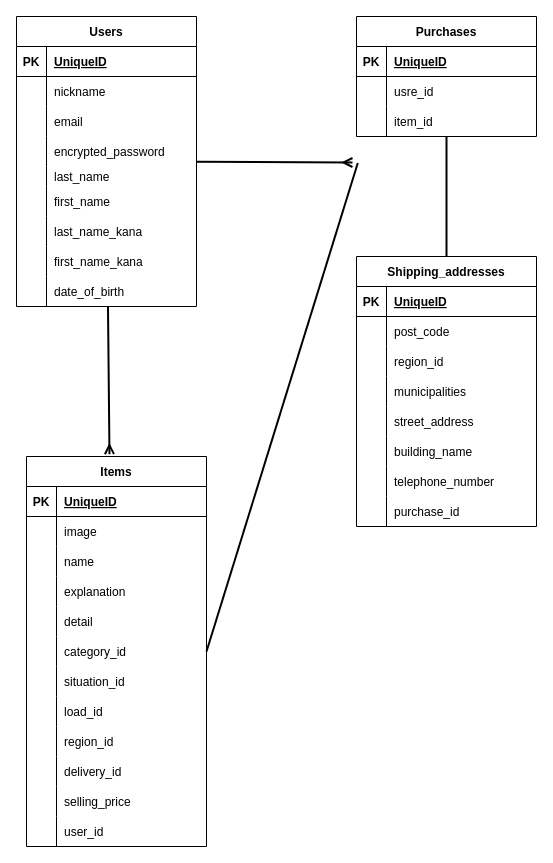
Above: furima.dio in tatsuki199/furima-40591 (draw.io), before the change. Source tidied: cells renumbered, new cells numbered last; positions are measured from the earlier drawing's top-left corner, leaving out a move shared by most shapes. Both pictures are drawn from the tidied source at 100%, with x=0, y=0 at pixel (16, 16).
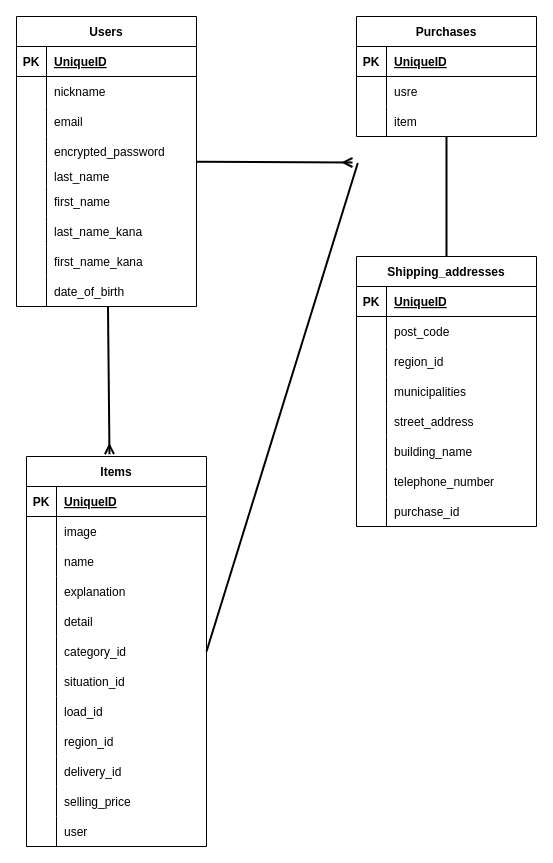
Above is the later version.

The change refers to these unchanged cells:
```xml
<mxCell id="37" style="shape=tableRow;horizontal=0;startSize=0;swimlaneHead=0;swimlaneBody=0;fillColor=none;top=0;left=0;right=0;bottom=0;" parent="33" vertex="1">
  <mxGeometry y="60" width="180" height="30" as="geometry" />
</mxCell>
<mxCell id="40" style="shape=tableRow;horizontal=0;startSize=0;swimlaneHead=0;swimlaneBody=0;fillColor=none;top=0;left=0;right=0;bottom=0;" parent="33" vertex="1">
  <mxGeometry y="90" width="180" height="30" as="geometry" />
</mxCell>
<mxCell id="77" style="shape=tableRow;horizontal=0;startSize=0;swimlaneHead=0;swimlaneBody=0;fillColor=none;top=0;left=0;right=0;bottom=0;" parent="43" vertex="1">
  <mxGeometry y="360" width="180" height="30" as="geometry" />
</mxCell>
```

Change to the diagram source:
```diff
@@
-    <mxCell id="39" value="usre_id" style="shape=partialRectangle;fillColor=none;top=0;left=0;bottom=0;right=0;align=left;spacingLeft=6;overflow=hidden;" parent="37" vertex="1">
+    <mxCell id="39" value="usre" style="shape=partialRectangle;fillColor=none;top=0;left=0;bottom=0;right=0;align=left;spacingLeft=6;overflow=hidden;" parent="37" vertex="1">
       <mxGeometry x="30" width="150" height="30" as="geometry" />
     </mxCell>
@@
-    <mxCell id="42" value="item_id" style="shape=partialRectangle;fillColor=none;top=0;left=0;bottom=0;right=0;align=left;spacingLeft=6;overflow=hidden;" parent="40" vertex="1">
+    <mxCell id="42" value="item" style="shape=partialRectangle;fillColor=none;top=0;left=0;bottom=0;right=0;align=left;spacingLeft=6;overflow=hidden;" parent="40" vertex="1">
       <mxGeometry x="30" width="150" height="30" as="geometry" />
     </mxCell>
@@
-    <mxCell id="79" value="user_id" style="shape=partialRectangle;fillColor=none;top=0;left=0;bottom=0;right=0;align=left;spacingLeft=6;overflow=hidden;" parent="77" vertex="1">
+    <mxCell id="79" value="user" style="shape=partialRectangle;fillColor=none;top=0;left=0;bottom=0;right=0;align=left;spacingLeft=6;overflow=hidden;" parent="77" vertex="1">
       <mxGeometry x="30" width="150" height="30" as="geometry" />
     </mxCell>
```
